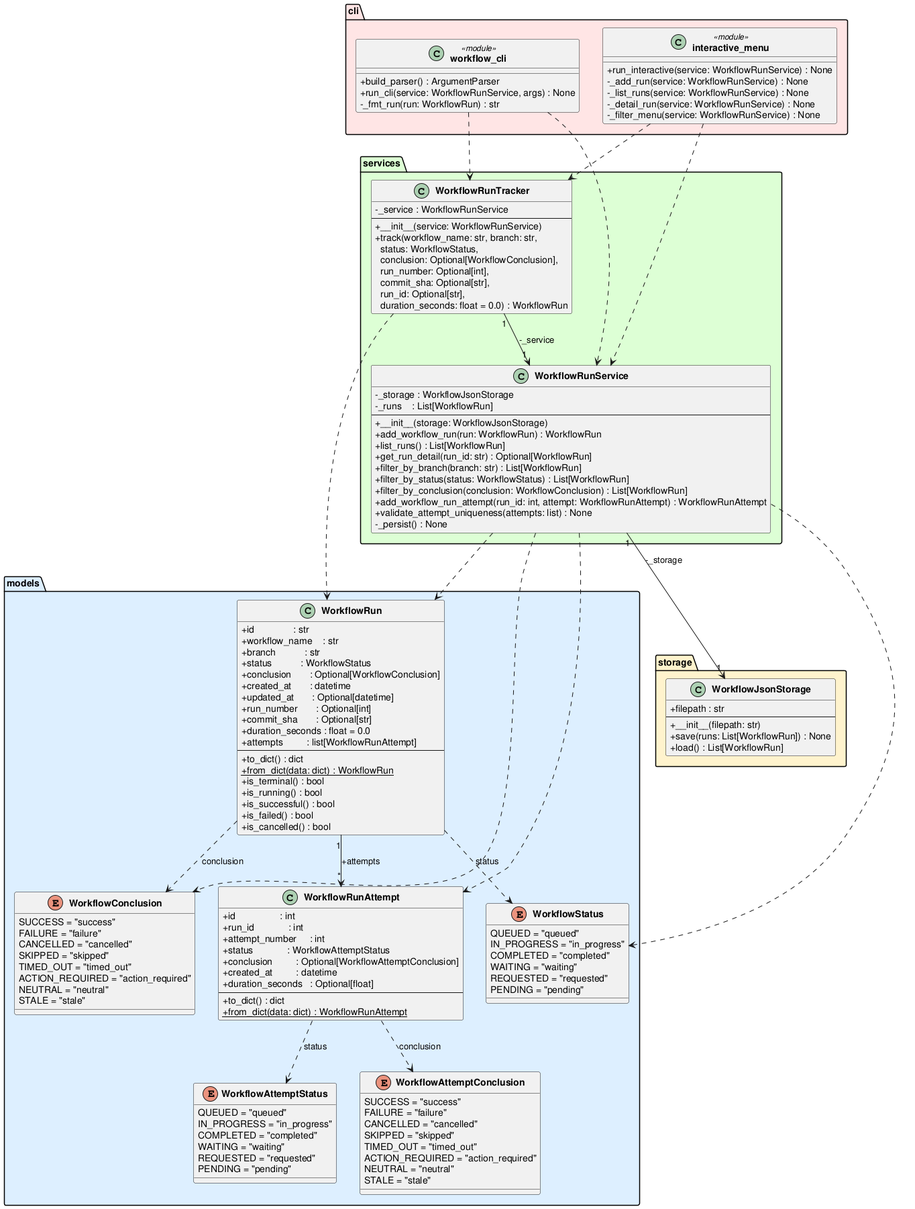
Earlier version of the PlantUML export experiments/supervisor_as_tools/user_stories/github-workflow-manager/artifacts/class_diagram.png (DanielRiha8906/Software_autoevolution_using_agents).
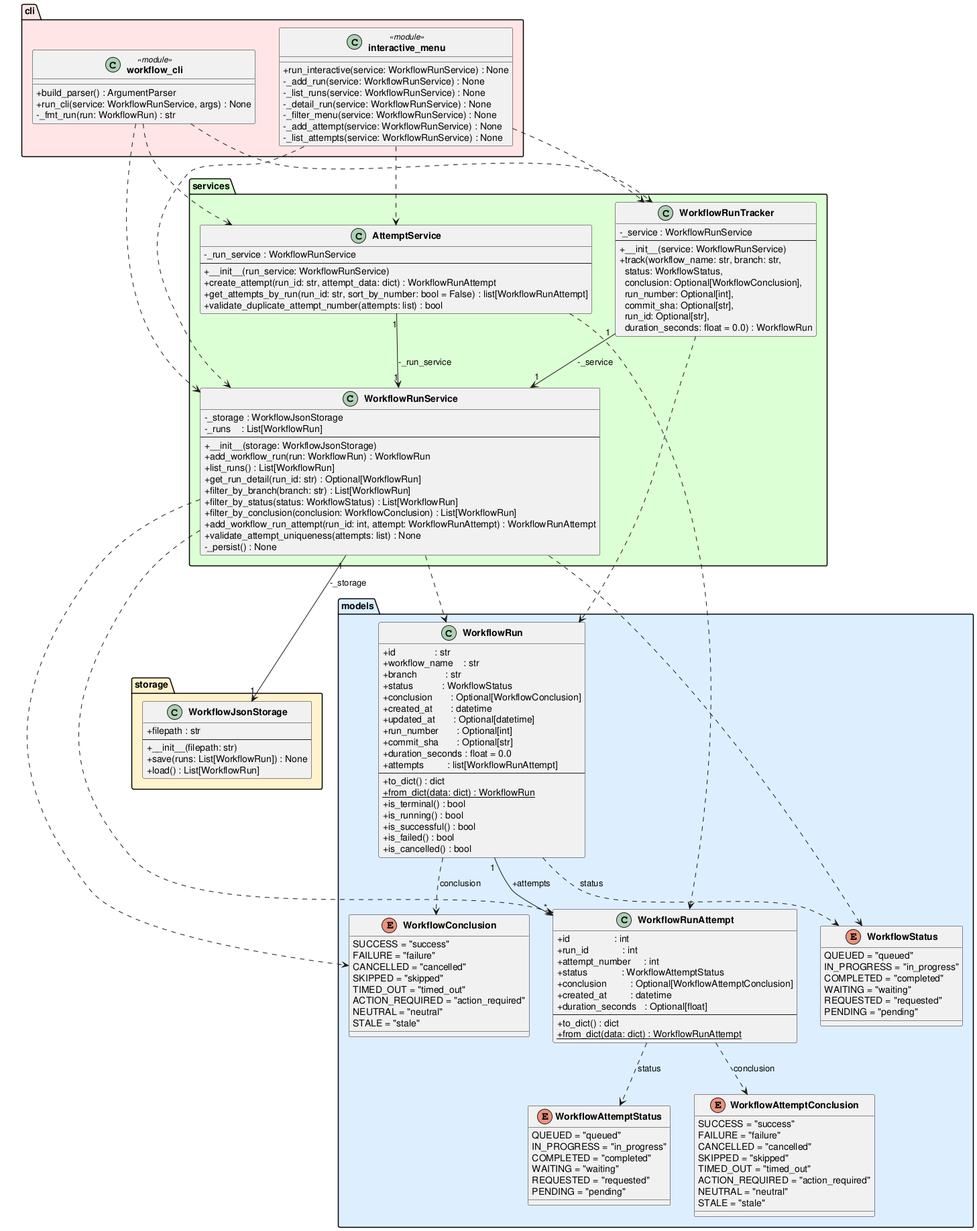
Later version of the same file.

Diff of the diagram source:
```diff
@@ -113,6 +113,15 @@
         +__init__(service: WorkflowRunService)
         +track(workflow_name: str, branch: str,\n  status: WorkflowStatus,\n  conclusion: Optional[WorkflowConclusion],\n  run_number: Optional[int],\n  commit_sha: Optional[str],\n  run_id: Optional[str],\n  duration_seconds: float = 0.0) : WorkflowRun
     }
+
+    class AttemptService {
+        -_run_service : WorkflowRunService
+        --
+        +__init__(run_service: WorkflowRunService)
+        +create_attempt(run_id: str, attempt_data: dict) : WorkflowRunAttempt
+        +get_attempts_by_run(run_id: str, sort_by_number: bool = False) : list[WorkflowRunAttempt]
+        +validate_duplicate_attempt_number(attempts: list) : bool
+    }
 }
 
 package "cli" #FFE5E5 {
@@ -128,6 +137,8 @@
         -_list_runs(service: WorkflowRunService) : None
         -_detail_run(service: WorkflowRunService) : None
         -_filter_menu(service: WorkflowRunService) : None
+        -_add_attempt(service: WorkflowRunService) : None
+        -_list_attempts(service: WorkflowRunService) : None
     }
 }
 
@@ -143,9 +154,13 @@
 WorkflowRunService         ..>  WorkflowRunAttempt
 WorkflowRunTracker    "1" --> "1" WorkflowRunService  : -_service
 WorkflowRunTracker         ..>  WorkflowRun
+AttemptService       "1" --> "1" WorkflowRunService  : -_run_service
+AttemptService             ..>  WorkflowRunAttempt
 "workflow_cli"             ..>  WorkflowRunService
 "workflow_cli"             ..>  WorkflowRunTracker
+"workflow_cli"             ..>  AttemptService
 "interactive_menu"         ..>  WorkflowRunService
 "interactive_menu"         ..>  WorkflowRunTracker
+"interactive_menu"         ..>  AttemptService
 
 @enduml
```
